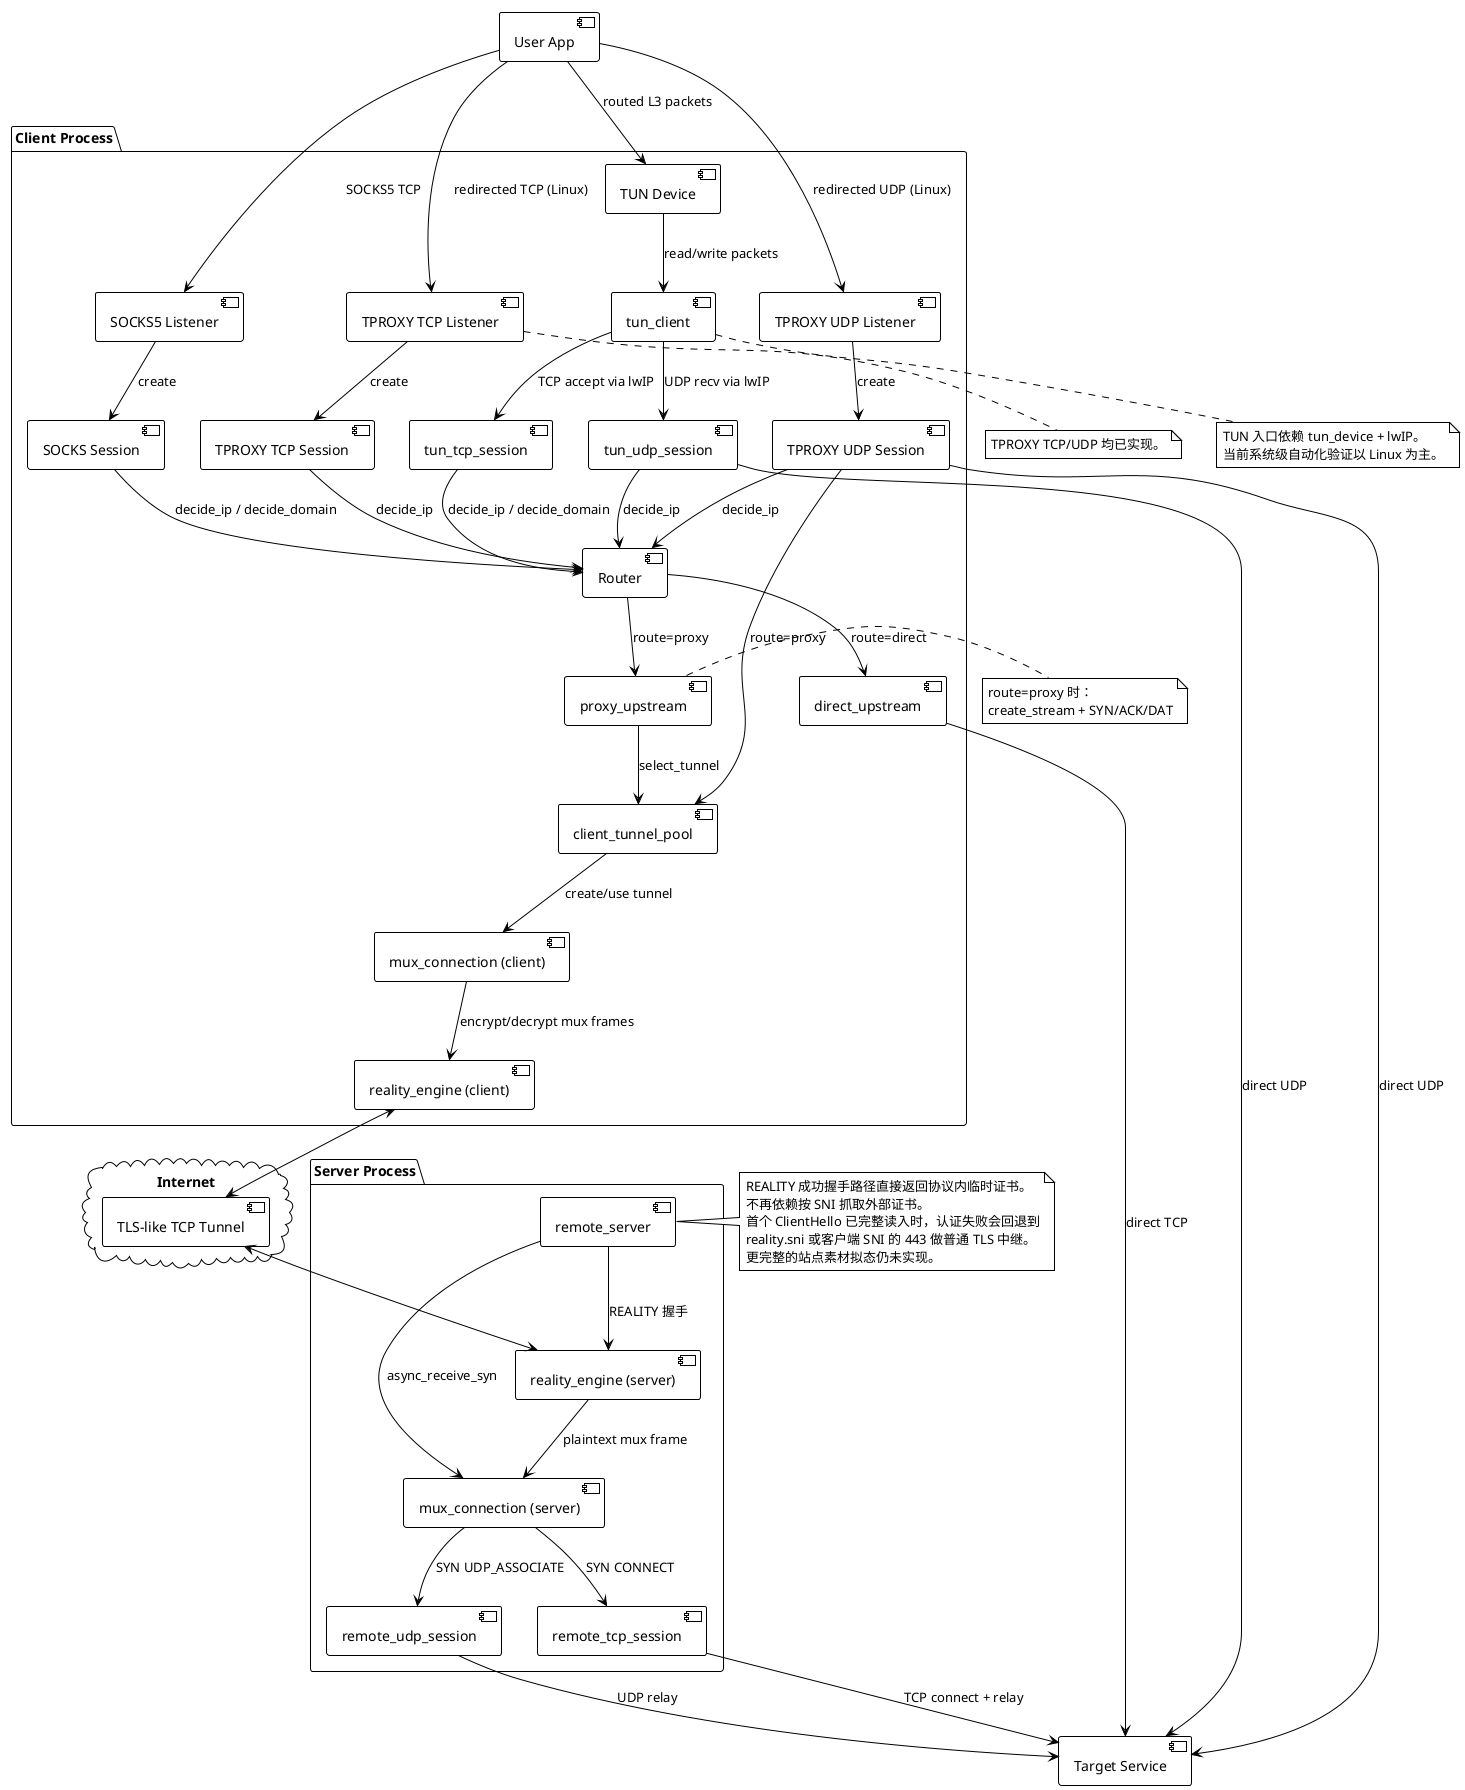
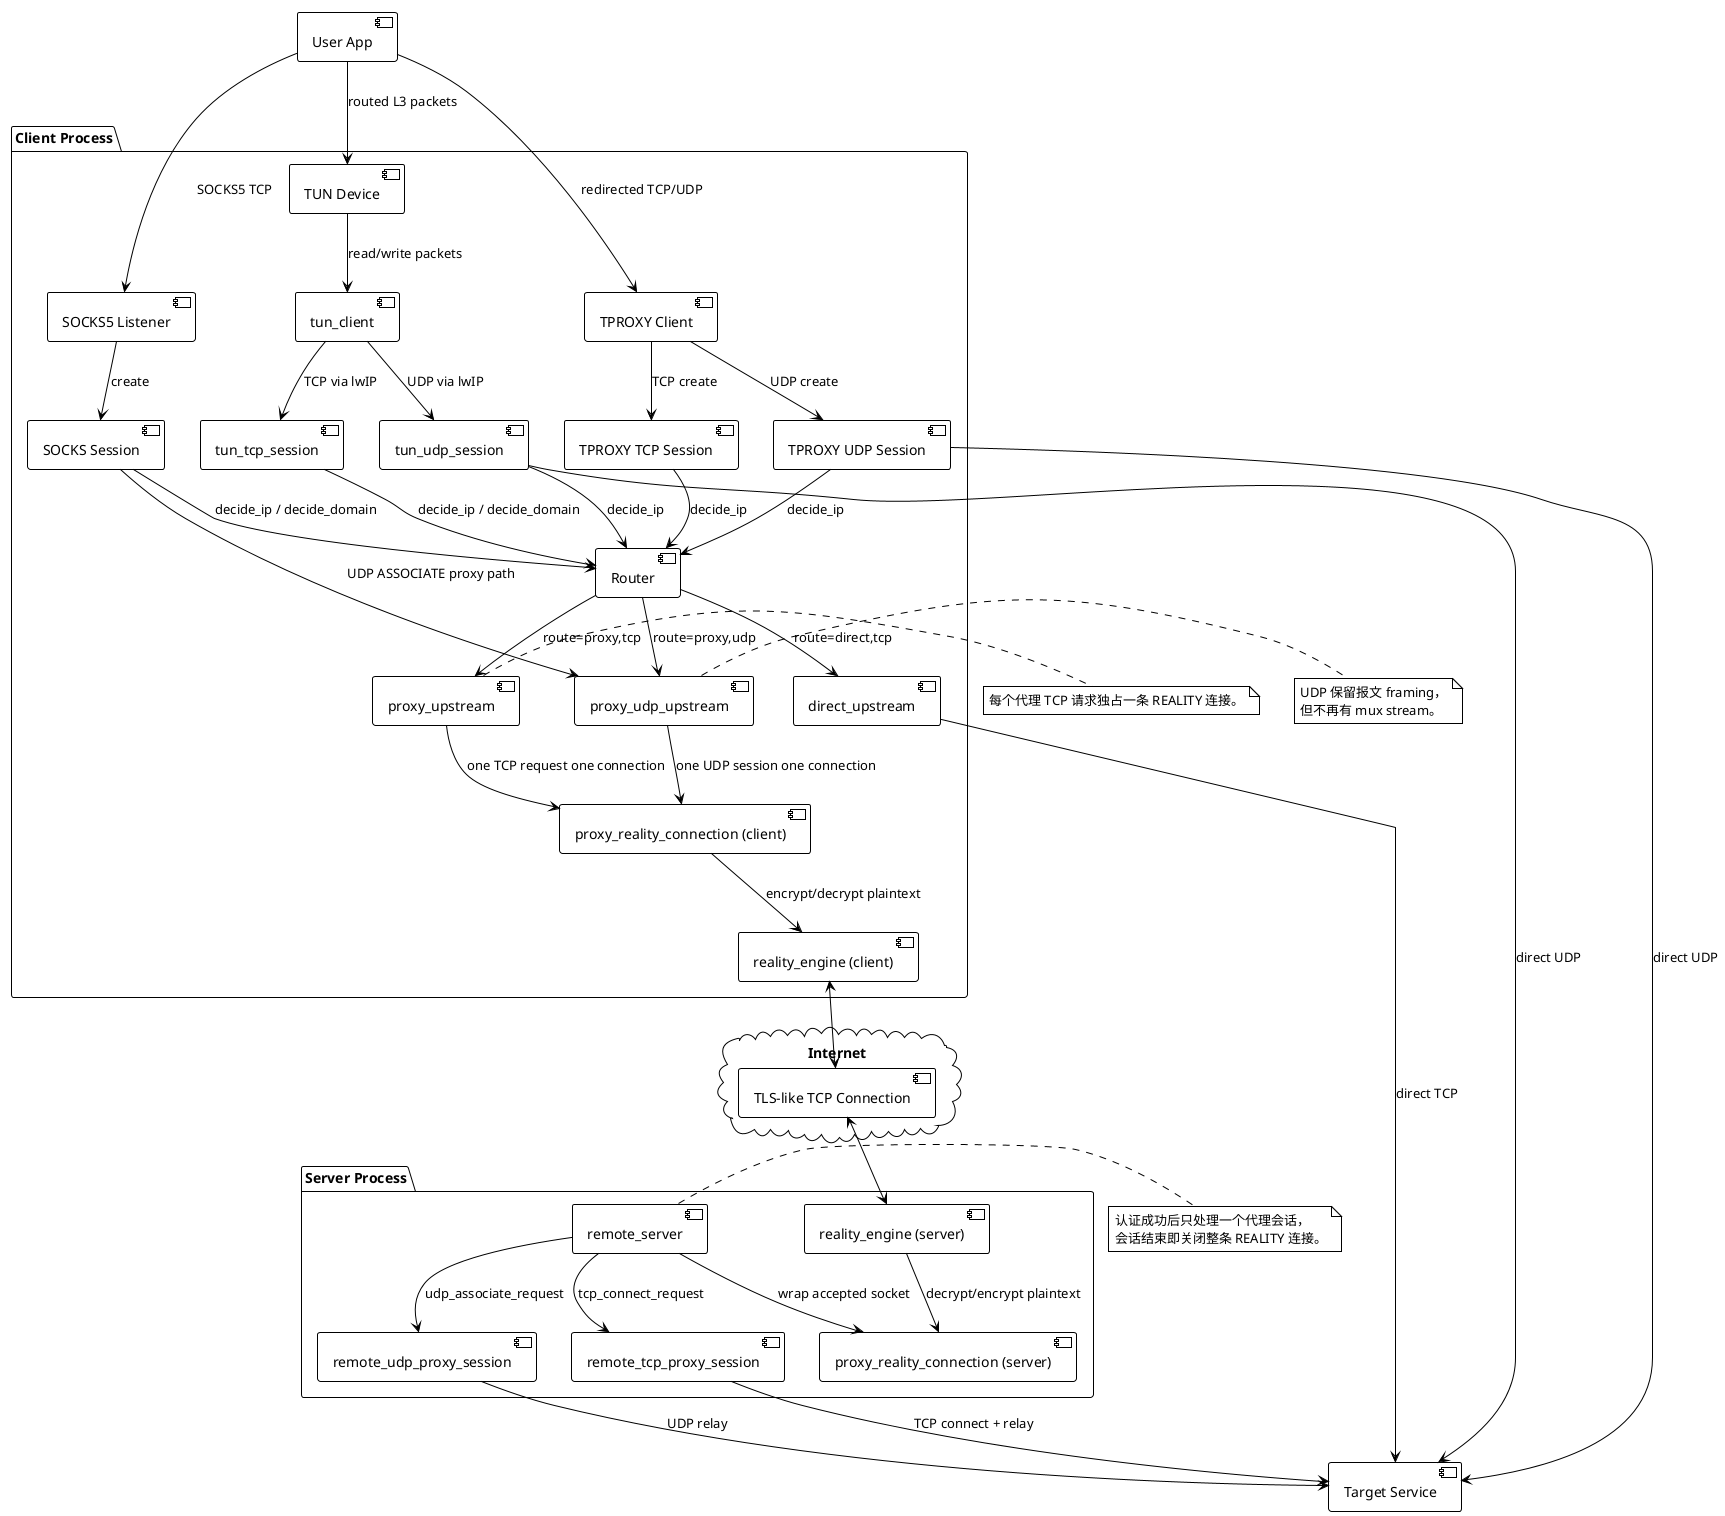
@startuml
!theme plain
skinparam componentStyle uml2

package "Client Process" {
    [SOCKS5 Listener] as SocksListener
    [SOCKS Session] as SocksSession
-     [TPROXY TCP Listener] as TproxyListener
-     [TPROXY TCP Session] as TproxySession
-     [TPROXY UDP Listener] as TproxyUdpListener
+     [TPROXY Client] as TproxyClient
+     [TPROXY TCP Session] as TproxyTcpSession
    [TPROXY UDP Session] as TproxyUdpSession
    [TUN Device] as TunDevice
    [tun_client] as TunClient
    [tun_tcp_session] as TunTcpSession
    [tun_udp_session] as TunUdpSession

    [Router] as Router
    [direct_upstream] as DirectUpstream
    [proxy_upstream] as ProxyUpstream
+     [proxy_udp_upstream] as ProxyUdpUpstream

-     [client_tunnel_pool] as TunnelPool
-     [mux_connection (client)] as ClientMux
+     [proxy_reality_connection (client)] as ClientConn
    [reality_engine (client)] as ClientReality
- 
}

cloud "Internet" {
-     [TLS-like TCP Tunnel] as Network
+     [TLS-like TCP Connection] as Network
}

package "Server Process" {
    [remote_server] as RemoteServer
-     [mux_connection (server)] as ServerMux
+     [proxy_reality_connection (server)] as ServerConn
    [reality_engine (server)] as ServerReality
-     [remote_tcp_session] as RemoteTcp
-     [remote_udp_session] as RemoteUdp
+     [remote_tcp_proxy_session] as RemoteTcp
+     [remote_udp_proxy_session] as RemoteUdp
}

[User App] as App
[Target Service] as Target
+ 
App --> SocksListener : SOCKS5 TCP
SocksListener --> SocksSession : create

- App --> TproxyListener : redirected TCP (Linux)
- TproxyListener --> TproxySession : create
- 
- App --> TproxyUdpListener : redirected UDP (Linux)
- TproxyUdpListener --> TproxyUdpSession : create
+ App --> TproxyClient : redirected TCP/UDP
+ TproxyClient --> TproxyTcpSession : TCP create
+ TproxyClient --> TproxyUdpSession : UDP create

App --> TunDevice : routed L3 packets
TunDevice --> TunClient : read/write packets
- TunClient --> TunTcpSession : TCP accept via lwIP
- TunClient --> TunUdpSession : UDP recv via lwIP
+ TunClient --> TunTcpSession : TCP via lwIP
+ TunClient --> TunUdpSession : UDP via lwIP

SocksSession --> Router : decide_ip / decide_domain
- TproxySession --> Router : decide_ip
+ TproxyTcpSession --> Router : decide_ip
TproxyUdpSession --> Router : decide_ip
TunTcpSession --> Router : decide_ip / decide_domain
TunUdpSession --> Router : decide_ip

- Router --> DirectUpstream : route=direct
- Router --> ProxyUpstream : route=proxy
+ Router --> DirectUpstream : route=direct,tcp
+ Router --> ProxyUpstream : route=proxy,tcp
+ Router --> ProxyUdpUpstream : route=proxy,udp

DirectUpstream --> Target : direct TCP
+ SocksSession --> ProxyUdpUpstream : UDP ASSOCIATE proxy path
+ TproxyUdpSession --> Target : direct UDP
TunUdpSession --> Target : direct UDP

- ProxyUpstream --> TunnelPool : select_tunnel
- TunnelPool --> ClientMux : create/use tunnel
- ClientMux --> ClientReality : encrypt/decrypt mux frames
+ ProxyUpstream --> ClientConn : one TCP request one connection
+ ProxyUdpUpstream --> ClientConn : one UDP session one connection
+ ClientConn --> ClientReality : encrypt/decrypt plaintext
ClientReality <--> Network
Network <--> ServerReality
- ServerReality --> ServerMux : plaintext mux frame
+ ServerReality --> ServerConn : decrypt/encrypt plaintext

- RemoteServer --> ServerReality : REALITY 握手
- RemoteServer --> ServerMux : async_receive_syn
- ServerMux --> RemoteTcp : SYN CONNECT
- ServerMux --> RemoteUdp : SYN UDP_ASSOCIATE
- 
+ RemoteServer --> ServerConn : wrap accepted socket
+ RemoteServer --> RemoteTcp : tcp_connect_request
+ RemoteServer --> RemoteUdp : udp_associate_request
RemoteTcp --> Target : TCP connect + relay
RemoteUdp --> Target : UDP relay

- TproxyUdpSession --> TunnelPool : route=proxy
- TproxyUdpSession --> Target : direct UDP
+ note right of ProxyUpstream
+   每个代理 TCP 请求独占一条 REALITY 连接。
+ end note

- note right of ProxyUpstream
-   route=proxy 时：
-   create_stream + SYN/ACK/DAT
+ note right of ProxyUdpUpstream
+   UDP 保留报文 framing，
+   但不再有 mux stream。
end note

note right of RemoteServer
-   REALITY 成功握手路径直接返回协议内临时证书。
-   不再依赖按 SNI 抓取外部证书。
-   首个 ClientHello 已完整读入时，认证失败会回退到
-   reality.sni 或客户端 SNI 的 443 做普通 TLS 中继。
-   更完整的站点素材拟态仍未实现。
- end note
- 
- note bottom of TproxyListener
-   TPROXY TCP/UDP 均已实现。
- end note
- 
- note bottom of TunClient
-   TUN 入口依赖 tun_device + lwIP。
-   当前系统级自动化验证以 Linux 为主。
+   认证成功后只处理一个代理会话，
+   会话结束即关闭整条 REALITY 连接。
end note

@enduml
